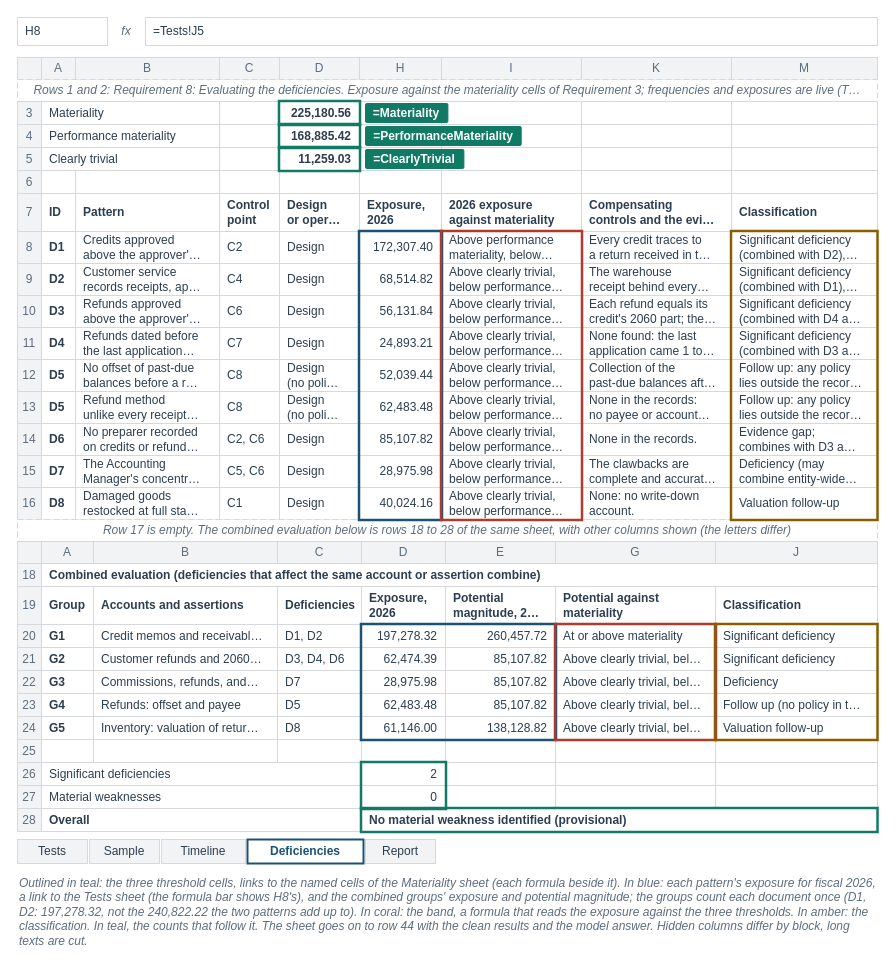
Above: facts/instructor/figures/chapter-19-customer-credits-audit/IF-19-8-A.drawio in mmcodesso/Accounting_Analytics_Book (draw.io), before the change. Source tidied: cells renumbered, new cells numbered last; positions are measured from the earlier drawing's top-left corner, leaving out a move shared by most shapes. Both pictures are drawn from the tidied source at 100%, with x=0, y=0 at pixel (17, 17).
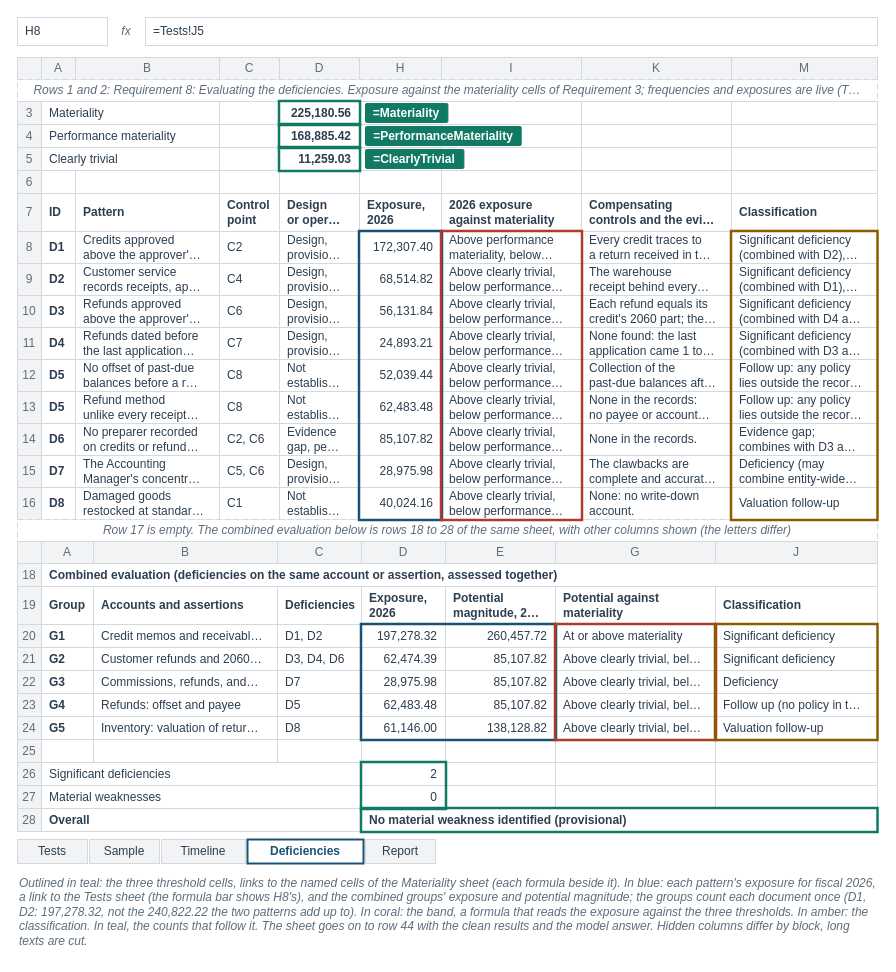
After the change.

The edit, as a diff of the source:
```diff
@@
-    <mxCell id="62" value="Design" style="rounded=0;arcSize=6;whiteSpace=wrap;html=1;fillColor=#FFFFFF;strokeColor=#D5D8DC;strokeWidth=1;fontColor=#2C3E50;fontSize=12;fontStyle=0;align=left;verticalAlign=middle;fontFamily=Helvetica;spacingLeft=6;spacingRight=6;" parent="1" vertex="1">
+    <mxCell id="62" value="Design,&lt;br&gt;provisio…" style="rounded=0;arcSize=6;whiteSpace=wrap;html=1;fillColor=#FFFFFF;strokeColor=#D5D8DC;strokeWidth=1;fontColor=#2C3E50;fontSize=12;fontStyle=0;align=left;verticalAlign=middle;fontFamily=Helvetica;spacingLeft=6;spacingRight=6;" parent="1" vertex="1">
       <mxGeometry x="262" y="214" width="80" height="32" as="geometry" />
     </mxCell>
@@
-    <mxCell id="71" value="Design" style="rounded=0;arcSize=6;whiteSpace=wrap;html=1;fillColor=#FFFFFF;strokeColor=#D5D8DC;strokeWidth=1;fontColor=#2C3E50;fontSize=12;fontStyle=0;align=left;verticalAlign=middle;fontFamily=Helvetica;spacingLeft=6;spacingRight=6;" parent="1" vertex="1">
+    <mxCell id="71" value="Design,&lt;br&gt;provisio…" style="rounded=0;arcSize=6;whiteSpace=wrap;html=1;fillColor=#FFFFFF;strokeColor=#D5D8DC;strokeWidth=1;fontColor=#2C3E50;fontSize=12;fontStyle=0;align=left;verticalAlign=middle;fontFamily=Helvetica;spacingLeft=6;spacingRight=6;" parent="1" vertex="1">
       <mxGeometry x="262" y="246" width="80" height="32" as="geometry" />
     </mxCell>
@@
-    <mxCell id="80" value="Design" style="rounded=0;arcSize=6;whiteSpace=wrap;html=1;fillColor=#FFFFFF;strokeColor=#D5D8DC;strokeWidth=1;fontColor=#2C3E50;fontSize=12;fontStyle=0;align=left;verticalAlign=middle;fontFamily=Helvetica;spacingLeft=6;spacingRight=6;" parent="1" vertex="1">
+    <mxCell id="80" value="Design,&lt;br&gt;provisio…" style="rounded=0;arcSize=6;whiteSpace=wrap;html=1;fillColor=#FFFFFF;strokeColor=#D5D8DC;strokeWidth=1;fontColor=#2C3E50;fontSize=12;fontStyle=0;align=left;verticalAlign=middle;fontFamily=Helvetica;spacingLeft=6;spacingRight=6;" parent="1" vertex="1">
       <mxGeometry x="262" y="278" width="80" height="32" as="geometry" />
     </mxCell>
@@
-    <mxCell id="89" value="Design" style="rounded=0;arcSize=6;whiteSpace=wrap;html=1;fillColor=#FFFFFF;strokeColor=#D5D8DC;strokeWidth=1;fontColor=#2C3E50;fontSize=12;fontStyle=0;align=left;verticalAlign=middle;fontFamily=Helvetica;spacingLeft=6;spacingRight=6;" parent="1" vertex="1">
+    <mxCell id="89" value="Design,&lt;br&gt;provisio…" style="rounded=0;arcSize=6;whiteSpace=wrap;html=1;fillColor=#FFFFFF;strokeColor=#D5D8DC;strokeWidth=1;fontColor=#2C3E50;fontSize=12;fontStyle=0;align=left;verticalAlign=middle;fontFamily=Helvetica;spacingLeft=6;spacingRight=6;" parent="1" vertex="1">
       <mxGeometry x="262" y="310" width="80" height="32" as="geometry" />
     </mxCell>
@@
-    <mxCell id="98" value="Design&lt;br&gt;(no poli…" style="rounded=0;arcSize=6;whiteSpace=wrap;html=1;fillColor=#FFFFFF;strokeColor=#D5D8DC;strokeWidth=1;fontColor=#2C3E50;fontSize=12;fontStyle=0;align=left;verticalAlign=middle;fontFamily=Helvetica;spacingLeft=6;spacingRight=6;" parent="1" vertex="1">
+    <mxCell id="98" value="Not&lt;br&gt;establis…" style="rounded=0;arcSize=6;whiteSpace=wrap;html=1;fillColor=#FFFFFF;strokeColor=#D5D8DC;strokeWidth=1;fontColor=#2C3E50;fontSize=12;fontStyle=0;align=left;verticalAlign=middle;fontFamily=Helvetica;spacingLeft=6;spacingRight=6;" parent="1" vertex="1">
       <mxGeometry x="262" y="342" width="80" height="32" as="geometry" />
     </mxCell>
@@
-    <mxCell id="107" value="Design&lt;br&gt;(no poli…" style="rounded=0;arcSize=6;whiteSpace=wrap;html=1;fillColor=#FFFFFF;strokeColor=#D5D8DC;strokeWidth=1;fontColor=#2C3E50;fontSize=12;fontStyle=0;align=left;verticalAlign=middle;fontFamily=Helvetica;spacingLeft=6;spacingRight=6;" parent="1" vertex="1">
+    <mxCell id="107" value="Not&lt;br&gt;establis…" style="rounded=0;arcSize=6;whiteSpace=wrap;html=1;fillColor=#FFFFFF;strokeColor=#D5D8DC;strokeWidth=1;fontColor=#2C3E50;fontSize=12;fontStyle=0;align=left;verticalAlign=middle;fontFamily=Helvetica;spacingLeft=6;spacingRight=6;" parent="1" vertex="1">
       <mxGeometry x="262" y="374" width="80" height="32" as="geometry" />
     </mxCell>
@@
-    <mxCell id="116" value="Design" style="rounded=0;arcSize=6;whiteSpace=wrap;html=1;fillColor=#FFFFFF;strokeColor=#D5D8DC;strokeWidth=1;fontColor=#2C3E50;fontSize=12;fontStyle=0;align=left;verticalAlign=middle;fontFamily=Helvetica;spacingLeft=6;spacingRight=6;" parent="1" vertex="1">
+    <mxCell id="116" value="Evidence&lt;br&gt;gap, pe…" style="rounded=0;arcSize=6;whiteSpace=wrap;html=1;fillColor=#FFFFFF;strokeColor=#D5D8DC;strokeWidth=1;fontColor=#2C3E50;fontSize=12;fontStyle=0;align=left;verticalAlign=middle;fontFamily=Helvetica;spacingLeft=6;spacingRight=6;" parent="1" vertex="1">
       <mxGeometry x="262" y="406" width="80" height="32" as="geometry" />
     </mxCell>
@@
-    <mxCell id="125" value="Design" style="rounded=0;arcSize=6;whiteSpace=wrap;html=1;fillColor=#FFFFFF;strokeColor=#D5D8DC;strokeWidth=1;fontColor=#2C3E50;fontSize=12;fontStyle=0;align=left;verticalAlign=middle;fontFamily=Helvetica;spacingLeft=6;spacingRight=6;" parent="1" vertex="1">
+    <mxCell id="125" value="Design,&lt;br&gt;provisio…" style="rounded=0;arcSize=6;whiteSpace=wrap;html=1;fillColor=#FFFFFF;strokeColor=#D5D8DC;strokeWidth=1;fontColor=#2C3E50;fontSize=12;fontStyle=0;align=left;verticalAlign=middle;fontFamily=Helvetica;spacingLeft=6;spacingRight=6;" parent="1" vertex="1">
       <mxGeometry x="262" y="438" width="80" height="32" as="geometry" />
     </mxCell>
@@
-    <mxCell id="132" value="Damaged goods&lt;br&gt;restocked at full sta…" style="rounded=0;arcSize=6;whiteSpace=wrap;html=1;fillColor=#FFFFFF;strokeColor=#D5D8DC;strokeWidth=1;fontColor=#2C3E50;fontSize=12;fontStyle=0;align=left;verticalAlign=middle;fontFamily=Helvetica;spacingLeft=6;spacingRight=6;" parent="1" vertex="1">
+    <mxCell id="132" value="Damaged goods&lt;br&gt;restocked at standar…" style="rounded=0;arcSize=6;whiteSpace=wrap;html=1;fillColor=#FFFFFF;strokeColor=#D5D8DC;strokeWidth=1;fontColor=#2C3E50;fontSize=12;fontStyle=0;align=left;verticalAlign=middle;fontFamily=Helvetica;spacingLeft=6;spacingRight=6;" parent="1" vertex="1">
       <mxGeometry x="58" y="470" width="144" height="32" as="geometry" />
     </mxCell>
@@
-    <mxCell id="134" value="Design" style="rounded=0;arcSize=6;whiteSpace=wrap;html=1;fillColor=#FFFFFF;strokeColor=#D5D8DC;strokeWidth=1;fontColor=#2C3E50;fontSize=12;fontStyle=0;align=left;verticalAlign=middle;fontFamily=Helvetica;spacingLeft=6;spacingRight=6;" parent="1" vertex="1">
+    <mxCell id="134" value="Not&lt;br&gt;establis…" style="rounded=0;arcSize=6;whiteSpace=wrap;html=1;fillColor=#FFFFFF;strokeColor=#D5D8DC;strokeWidth=1;fontColor=#2C3E50;fontSize=12;fontStyle=0;align=left;verticalAlign=middle;fontFamily=Helvetica;spacingLeft=6;spacingRight=6;" parent="1" vertex="1">
       <mxGeometry x="262" y="470" width="80" height="32" as="geometry" />
     </mxCell>
@@
-    <mxCell id="152" value="&lt;b&gt;Combined evaluation (deficiencies that affect the same account or assertion combine)&lt;/b&gt;" style="rounded=0;arcSize=6;whiteSpace=wrap;html=1;fillColor=#FFFFFF;strokeColor=#D5D8DC;strokeWidth=1;fontColor=#2C3E50;fontSize=12;fontStyle=0;align=left;verticalAlign=middle;fontFamily=Helvetica;spacingLeft=6;spacingRight=6;" parent="1" vertex="1">
+    <mxCell id="152" value="&lt;b&gt;Combined evaluation (deficiencies on the same account or assertion, assessed together)&lt;/b&gt;" style="rounded=0;arcSize=6;whiteSpace=wrap;html=1;fillColor=#FFFFFF;strokeColor=#D5D8DC;strokeWidth=1;fontColor=#2C3E50;fontSize=12;fontStyle=0;align=left;verticalAlign=middle;fontFamily=Helvetica;spacingLeft=6;spacingRight=6;" parent="1" vertex="1">
       <mxGeometry x="24" y="546" width="836" height="23" as="geometry" />
     </mxCell>
```
